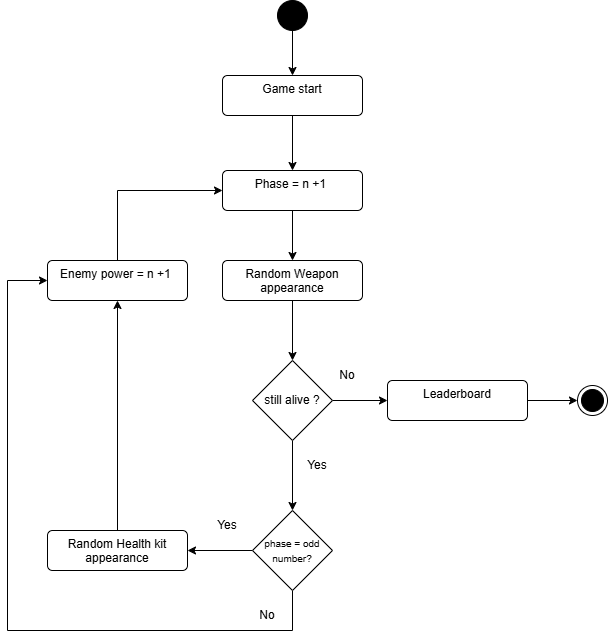
Earlier version of the draw.io export src/welcomePage/ressources/images/GamePlayDiagram.drawio.png (FlorentEpiney/SunCity). Source tidied: cells renumbered, new cells last; positions are measured from the earlier drawing's top-left corner, leaving out a move shared by most shapes.
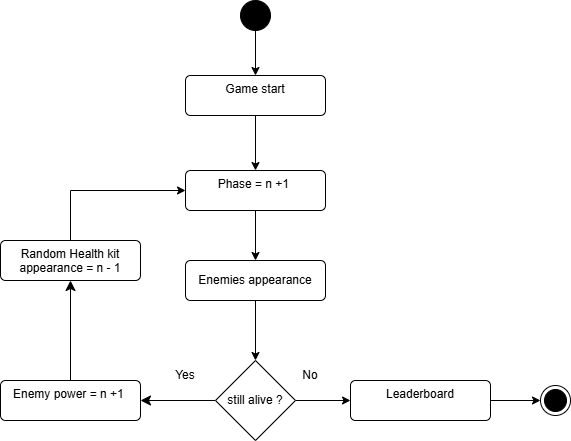
After the commit.

Diff of the diagram source:
```diff
@@ -23,7 +23,7 @@
     <mxCell id="8" style="edgeStyle=orthogonalEdgeStyle;rounded=0;jettySize=auto;html=1;entryX=0.5;entryY=0;entryDx=0;entryDy=0;" parent="1" edge="1" source="9" target="14">
       <mxGeometry relative="1" as="geometry" />
     </mxCell>
-    <mxCell id="9" value="Random Weapon appearance" style="html=1;align=center;verticalAlign=top;rounded=1;absoluteArcSize=1;arcSize=10;dashed=0;whiteSpace=wrap;" parent="1" vertex="1">
+    <mxCell id="9" value="Enemies appearance" style="html=1;align=center;verticalAlign=middle;rounded=1;absoluteArcSize=1;arcSize=10;dashed=0;whiteSpace=wrap;" parent="1" vertex="1">
       <mxGeometry x="215" y="260" width="140" height="40" as="geometry" />
     </mxCell>
     <mxCell id="10" style="edgeStyle=orthogonalEdgeStyle;rounded=0;jettySize=auto;html=1;entryX=0;entryY=0.5;entryDx=0;entryDy=0;" parent="1" edge="1" source="11" target="22">
@@ -35,53 +35,32 @@
     <mxCell id="12" style="edgeStyle=orthogonalEdgeStyle;rounded=0;jettySize=auto;html=1;entryX=0;entryY=0.5;entryDx=0;entryDy=0;" parent="1" edge="1" source="14" target="11">
       <mxGeometry relative="1" as="geometry" />
     </mxCell>
-    <mxCell id="13" style="edgeStyle=orthogonalEdgeStyle;rounded=0;jettySize=auto;html=1;exitX=0.5;exitY=1;exitDx=0;exitDy=0;entryX=0.5;entryY=0;entryDx=0;entryDy=0;" parent="1" edge="1" source="14" target="17">
-      <mxGeometry relative="1" as="geometry" />
-    </mxCell>
+    <mxCell id="27" style="edgeStyle=none;curved=1;rounded=0;jettySize=auto;html=1;fontSize=12;startSize=8;endSize=8;" parent="1" edge="1" source="14" target="21">
+      <mxGeometry relative="1" as="geometry" />
+    </mxCell>
     <mxCell id="14" value="still alive ?" style="rhombus;whiteSpace=wrap;html=1;" parent="1" vertex="1">
       <mxGeometry x="245" y="360" width="80" height="80" as="geometry" />
     </mxCell>
-    <mxCell id="15" style="edgeStyle=orthogonalEdgeStyle;rounded=0;jettySize=auto;html=1;exitX=0;exitY=0.5;exitDx=0;exitDy=0;entryX=1;entryY=0.5;entryDx=0;entryDy=0;" parent="1" edge="1" source="17" target="19">
-      <mxGeometry relative="1" as="geometry" />
-    </mxCell>
-    <mxCell id="16" style="edgeStyle=orthogonalEdgeStyle;rounded=0;jettySize=auto;html=1;entryX=0;entryY=0.5;entryDx=0;entryDy=0;" parent="1" edge="1" source="17" target="21">
-      <mxGeometry relative="1" as="geometry">
-        <Array as="points">
-          <mxPoint x="285" y="630" />
-          <mxPoint y="630" />
-          <mxPoint y="280" />
-        </Array>
-      </mxGeometry>
-    </mxCell>
-    <mxCell id="17" value="&lt;font style=&quot;font-size: 10px;&quot;&gt;phase = odd number?&lt;/font&gt;" style="rhombus;whiteSpace=wrap;html=1;" parent="1" vertex="1">
-      <mxGeometry x="245" y="510" width="80" height="80" as="geometry" />
-    </mxCell>
-    <mxCell id="18" style="edgeStyle=orthogonalEdgeStyle;rounded=0;jettySize=auto;html=1;exitX=0.5;exitY=0;exitDx=0;exitDy=0;" parent="1" edge="1" source="19" target="21">
-      <mxGeometry relative="1" as="geometry" />
-    </mxCell>
-    <mxCell id="19" value="Random Health kit appearance" style="html=1;align=center;verticalAlign=top;rounded=1;absoluteArcSize=1;arcSize=10;dashed=0;whiteSpace=wrap;" parent="1" vertex="1">
-      <mxGeometry x="40" y="530" width="140" height="40" as="geometry" />
-    </mxCell>
-    <mxCell id="20" style="edgeStyle=orthogonalEdgeStyle;rounded=0;jettySize=auto;html=1;exitX=0.5;exitY=0;exitDx=0;exitDy=0;entryX=0;entryY=0.5;entryDx=0;entryDy=0;" parent="1" edge="1" source="21" target="7">
+    <mxCell id="20" style="edgeStyle=orthogonalEdgeStyle;rounded=0;jettySize=auto;html=1;exitX=0.5;exitY=0;exitDx=0;exitDy=0;entryX=0;entryY=0.5;entryDx=0;entryDy=0;" parent="1" edge="1" source="29" target="7">
       <mxGeometry relative="1" as="geometry" />
     </mxCell>
+    <mxCell id="28" style="edgeStyle=none;curved=1;rounded=0;jettySize=auto;html=1;exitX=0.5;exitY=0;exitDx=0;exitDy=0;fontSize=12;startSize=8;endSize=8;" parent="1" edge="1" source="21" target="29">
+      <mxGeometry relative="1" as="geometry" />
+    </mxCell>
     <mxCell id="21" value="Enemy power = n +1&amp;nbsp;" style="html=1;align=center;verticalAlign=top;rounded=1;absoluteArcSize=1;arcSize=10;dashed=0;whiteSpace=wrap;" parent="1" vertex="1">
-      <mxGeometry x="40" y="260" width="140" height="40" as="geometry" />
+      <mxGeometry x="30" y="380" width="140" height="40" as="geometry" />
     </mxCell>
     <mxCell id="22" style="ellipse;html=1;shape=endState;fillColor=strokeColor;" parent="1" vertex="1">
       <mxGeometry x="570" y="385" width="30" height="30" as="geometry" />
     </mxCell>
     <mxCell id="23" value="Yes" style="text;html=1;align=center;verticalAlign=middle;whiteSpace=wrap;rounded=0;" parent="1" vertex="1">
-      <mxGeometry x="280" y="450" width="60" height="30" as="geometry" />
+      <mxGeometry x="185" y="360" width="60" height="30" as="geometry" />
     </mxCell>
-    <mxCell id="24" value="No" style="text;html=1;align=center;verticalAlign=middle;whiteSpace=wrap;rounded=0;" parent="1" vertex="1">
-      <mxGeometry x="230" y="600" width="60" height="30" as="geometry" />
-    </mxCell>
-    <mxCell id="25" value="Yes" style="text;html=1;align=center;verticalAlign=middle;whiteSpace=wrap;rounded=0;" parent="1" vertex="1">
-      <mxGeometry x="190" y="510" width="60" height="30" as="geometry" />
-    </mxCell>
     <mxCell id="26" value="No" style="text;html=1;align=center;verticalAlign=middle;whiteSpace=wrap;rounded=0;" parent="1" vertex="1">
       <mxGeometry x="310" y="360" width="60" height="30" as="geometry" />
     </mxCell>
+    <mxCell id="29" value="Random Health kit appearance = n - 1" style="html=1;align=center;verticalAlign=top;rounded=1;absoluteArcSize=1;arcSize=10;dashed=0;whiteSpace=wrap;" parent="1" vertex="1">
+      <mxGeometry x="30" y="240" width="140" height="40" as="geometry" />
+    </mxCell>
   </root>
 </mxGraphModel>
```
